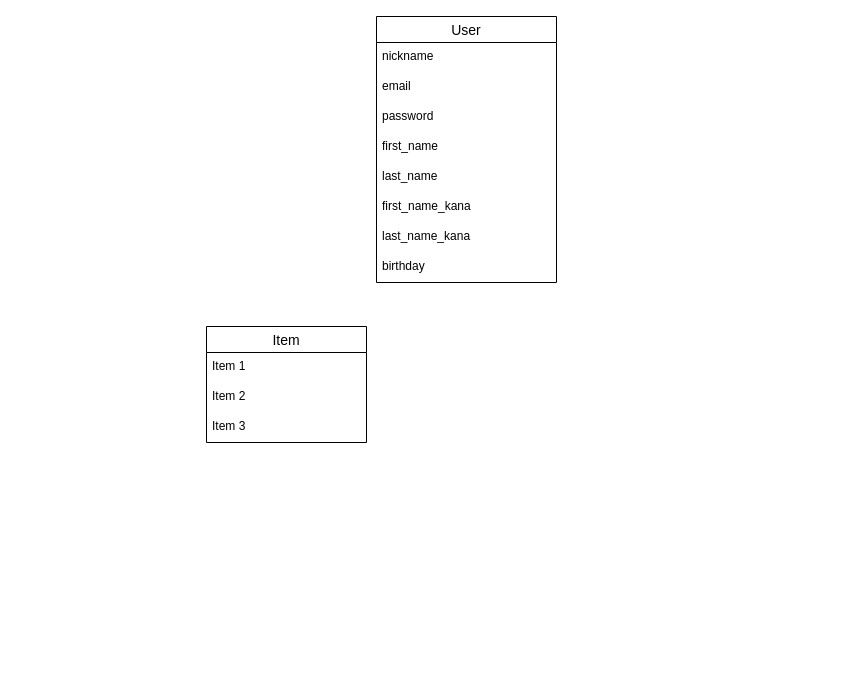
Before: furima.dio in tumugi-koume/furima-31114, a draw.io diagram. Source tidied: cells renumbered, new cells numbered last; positions are measured from the earlier drawing's top-left corner, leaving out a move shared by most shapes. Both pictures are drawn from the tidied source at 100%, with x=0, y=0 at pixel (206, 16).
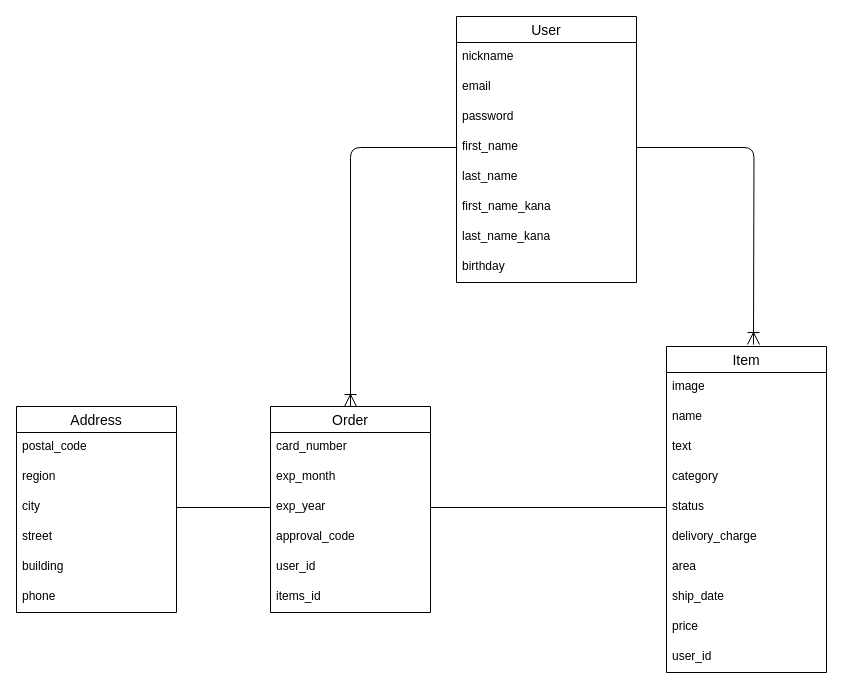
The same diagram, later.

Commit message (it also covers changes not shown here):
テーブル設計図（Userテーブル、Itemテーブル）

Unchanged cells that the change refers to:
```xml
<mxCell id="6" value="first_name" style="text;strokeColor=none;fillColor=none;spacingLeft=4;spacingRight=4;overflow=hidden;points=[[0,0.5],[1,0.5]];portConstraint=eastwest;fontSize=12;" parent="2" vertex="1">
  <mxGeometry y="116" width="180" height="30" as="geometry" />
</mxCell>
```

What changed in the source:
```diff
@@
+    <mxCell id="15" value="Address" style="swimlane;fontStyle=0;horizontal=1;startSize=26;align=center;fontSize=14;" parent="1" vertex="1">
+      <mxGeometry x="-190" y="390" width="160" height="206" as="geometry" />
+    </mxCell>
+    <mxCell id="16" value="postal_code" style="text;strokeColor=none;fillColor=none;spacingLeft=4;spacingRight=4;overflow=hidden;fontSize=12;" parent="15" vertex="1">
+      <mxGeometry y="26" width="160" height="30" as="geometry" />
+    </mxCell>
+    <mxCell id="17" value="region" style="text;strokeColor=none;fillColor=none;spacingLeft=4;spacingRight=4;overflow=hidden;fontSize=12;" parent="15" vertex="1">
+      <mxGeometry y="56" width="160" height="30" as="geometry" />
+    </mxCell>
+    <mxCell id="18" value="city" style="text;strokeColor=none;fillColor=none;spacingLeft=4;spacingRight=4;overflow=hidden;points=[[0,0.5],[1,0.5]];portConstraint=eastwest;fontSize=12;" parent="15" vertex="1">
+      <mxGeometry y="86" width="160" height="30" as="geometry" />
+    </mxCell>
+    <mxCell id="19" value="street" style="text;strokeColor=none;fillColor=none;spacingLeft=4;spacingRight=4;overflow=hidden;fontSize=12;" parent="15" vertex="1">
+      <mxGeometry y="116" width="160" height="30" as="geometry" />
+    </mxCell>
+    <mxCell id="20" value="building" style="text;strokeColor=none;fillColor=none;spacingLeft=4;spacingRight=4;overflow=hidden;fontSize=12;" parent="15" vertex="1">
+      <mxGeometry y="146" width="160" height="30" as="geometry" />
+    </mxCell>
+    <mxCell id="21" value="phone" style="text;strokeColor=none;fillColor=none;spacingLeft=4;spacingRight=4;overflow=hidden;fontSize=12;" parent="15" vertex="1">
+      <mxGeometry y="176" width="160" height="30" as="geometry" />
+    </mxCell>
+    <mxCell id="22" value="Order" style="swimlane;fontStyle=0;horizontal=1;startSize=26;align=center;fontSize=14;" parent="1" vertex="1">
+      <mxGeometry x="64" y="390" width="160" height="206" as="geometry" />
+    </mxCell>
+    <mxCell id="23" value="card_number" style="text;strokeColor=none;fillColor=none;spacingLeft=4;spacingRight=4;overflow=hidden;fontSize=12;" parent="22" vertex="1">
+      <mxGeometry y="26" width="160" height="30" as="geometry" />
+    </mxCell>
+    <mxCell id="24" value="exp_month" style="text;strokeColor=none;fillColor=none;spacingLeft=4;spacingRight=4;overflow=hidden;fontSize=12;" parent="22" vertex="1">
+      <mxGeometry y="56" width="160" height="30" as="geometry" />
+    </mxCell>
+    <mxCell id="25" value="exp_year" style="text;strokeColor=none;fillColor=none;spacingLeft=4;spacingRight=4;overflow=hidden;points=[[0,0.5],[1,0.5]];portConstraint=eastwest;fontSize=12;" parent="22" vertex="1">
+      <mxGeometry y="86" width="160" height="30" as="geometry" />
+    </mxCell>
+    <mxCell id="26" value="approval_code" style="text;strokeColor=none;fillColor=none;spacingLeft=4;spacingRight=4;overflow=hidden;fontSize=12;" parent="22" vertex="1">
+      <mxGeometry y="116" width="160" height="30" as="geometry" />
+    </mxCell>
+    <mxCell id="27" value="user_id" style="text;strokeColor=none;fillColor=none;spacingLeft=4;spacingRight=4;overflow=hidden;fontSize=12;" parent="22" vertex="1">
+      <mxGeometry y="146" width="160" height="30" as="geometry" />
+    </mxCell>
+    <mxCell id="28" value="items_id" style="text;strokeColor=none;fillColor=none;spacingLeft=4;spacingRight=4;overflow=hidden;fontSize=12;" parent="22" vertex="1">
+      <mxGeometry y="176" width="160" height="30" as="geometry" />
+    </mxCell>
+    <mxCell id="11" value="Item" style="swimlane;fontStyle=0;horizontal=1;startSize=26;align=center;fontSize=14;" parent="1" vertex="1">
+      <mxGeometry x="460" y="330" width="160" height="326" as="geometry" />
+    </mxCell>
+    <mxCell id="12" value="image" style="text;strokeColor=none;fillColor=none;spacingLeft=4;spacingRight=4;overflow=hidden;fontSize=12;" parent="11" vertex="1">
+      <mxGeometry y="26" width="160" height="30" as="geometry" />
+    </mxCell>
+    <mxCell id="13" value="name" style="text;strokeColor=none;fillColor=none;spacingLeft=4;spacingRight=4;overflow=hidden;fontSize=12;" parent="11" vertex="1">
+      <mxGeometry y="56" width="160" height="30" as="geometry" />
+    </mxCell>
+    <mxCell id="14" value="text" style="text;strokeColor=none;fillColor=none;spacingLeft=4;spacingRight=4;overflow=hidden;fontSize=12;" parent="11" vertex="1">
+      <mxGeometry y="86" width="160" height="30" as="geometry" />
+    </mxCell>
+    <mxCell id="29" value="category" style="text;strokeColor=none;fillColor=none;spacingLeft=4;spacingRight=4;overflow=hidden;fontSize=12;" parent="11" vertex="1">
+      <mxGeometry y="116" width="160" height="30" as="geometry" />
+    </mxCell>
+    <mxCell id="30" value="status" style="text;strokeColor=none;fillColor=none;spacingLeft=4;spacingRight=4;overflow=hidden;points=[[0,0.5],[1,0.5]];portConstraint=eastwest;fontSize=12;" parent="11" vertex="1">
+      <mxGeometry y="146" width="160" height="30" as="geometry" />
+    </mxCell>
+    <mxCell id="31" value="delivory_charge" style="text;strokeColor=none;fillColor=none;spacingLeft=4;spacingRight=4;overflow=hidden;fontSize=12;" parent="11" vertex="1">
+      <mxGeometry y="176" width="160" height="30" as="geometry" />
+    </mxCell>
+    <mxCell id="32" value="area" style="text;strokeColor=none;fillColor=none;spacingLeft=4;spacingRight=4;overflow=hidden;fontSize=12;" parent="11" vertex="1">
+      <mxGeometry y="206" width="160" height="30" as="geometry" />
+    </mxCell>
+    <mxCell id="33" value="ship_date" style="text;strokeColor=none;fillColor=none;spacingLeft=4;spacingRight=4;overflow=hidden;fontSize=12;" parent="11" vertex="1">
+      <mxGeometry y="236" width="160" height="30" as="geometry" />
+    </mxCell>
+    <mxCell id="34" value="price" style="text;strokeColor=none;fillColor=none;spacingLeft=4;spacingRight=4;overflow=hidden;fontSize=12;" parent="11" vertex="1">
+      <mxGeometry y="266" width="160" height="30" as="geometry" />
+    </mxCell>
+    <mxCell id="35" value="user_id" style="text;strokeColor=none;fillColor=none;spacingLeft=4;spacingRight=4;overflow=hidden;fontSize=12;" parent="11" vertex="1">
+      <mxGeometry y="296" width="160" height="30" as="geometry" />
+    </mxCell>
+    <mxCell id="36" style="edgeStyle=orthogonalEdgeStyle;jettySize=auto;html=1;exitX=1;exitY=0.5;exitDx=0;exitDy=0;rounded=1;startArrow=none;startFill=0;endArrow=ERoneToMany;endFill=0;endSize=10;startSize=10;" parent="1" edge="1" source="6">
+      <mxGeometry relative="1" as="geometry">
+        <mxPoint x="547" y="328" as="targetPoint" />
+      </mxGeometry>
+    </mxCell>
+    <mxCell id="37" style="edgeStyle=orthogonalEdgeStyle;rounded=1;jettySize=auto;html=1;exitX=0;exitY=0.5;exitDx=0;exitDy=0;entryX=1;entryY=0.5;entryDx=0;entryDy=0;startArrow=none;startFill=0;startSize=10;endArrow=none;endFill=0;endSize=10;" parent="1" edge="1" source="30" target="25">
+      <mxGeometry relative="1" as="geometry" />
+    </mxCell>
     <mxCell id="2" value="User" style="swimlane;fontStyle=0;horizontal=1;startSize=26;align=center;fontSize=14;" parent="1" vertex="1">
-      <mxGeometry x="170" width="180" height="266" as="geometry" />
+      <mxGeometry x="250" width="180" height="266" as="geometry" />
     </mxCell>
@@
-    <mxCell id="11" value="Item" style="swimlane;fontStyle=0;horizontal=1;startSize=26;align=center;fontSize=14;" parent="1" vertex="1">
-      <mxGeometry y="310" width="160" height="116" as="geometry" />
-    </mxCell>
-    <mxCell id="12" value="Item 1" style="text;strokeColor=none;fillColor=none;spacingLeft=4;spacingRight=4;overflow=hidden;fontSize=12;" parent="11" vertex="1">
-      <mxGeometry y="26" width="160" height="30" as="geometry" />
-    </mxCell>
-    <mxCell id="13" value="Item 2" style="text;strokeColor=none;fillColor=none;spacingLeft=4;spacingRight=4;overflow=hidden;fontSize=12;" parent="11" vertex="1">
-      <mxGeometry y="56" width="160" height="30" as="geometry" />
-    </mxCell>
-    <mxCell id="14" value="Item 3" style="text;strokeColor=none;fillColor=none;spacingLeft=4;spacingRight=4;overflow=hidden;fontSize=12;" parent="11" vertex="1">
-      <mxGeometry y="86" width="160" height="30" as="geometry" />
-    </mxCell>
+    <mxCell id="38" style="edgeStyle=orthogonalEdgeStyle;rounded=1;jettySize=auto;html=1;exitX=0;exitY=0.5;exitDx=0;exitDy=0;entryX=0.5;entryY=0;entryDx=0;entryDy=0;startArrow=none;startFill=0;startSize=10;endArrow=ERoneToMany;endFill=0;endSize=10;" parent="1" edge="1" source="6" target="22">
+      <mxGeometry relative="1" as="geometry" />
+    </mxCell>
+    <mxCell id="39" style="edgeStyle=orthogonalEdgeStyle;rounded=1;jettySize=auto;html=1;exitX=0;exitY=0.5;exitDx=0;exitDy=0;entryX=1;entryY=0.5;entryDx=0;entryDy=0;startArrow=none;startFill=0;startSize=10;endArrow=none;endFill=0;endSize=10;" parent="1" edge="1" source="25" target="18">
+      <mxGeometry relative="1" as="geometry" />
+    </mxCell>
```
